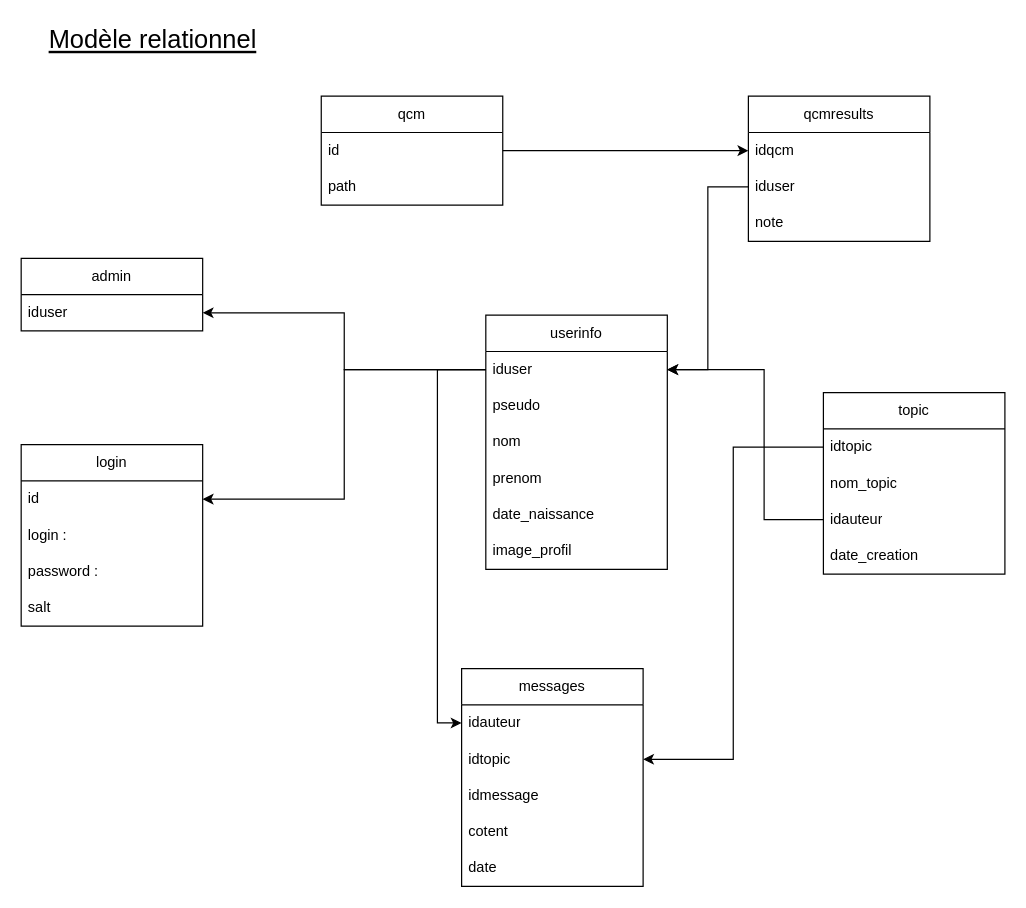
Yaon-C2H8N2/Projet-DAW keeps this draw.io diagram as Rapport/Diagramme/Diagramme_DAW.drawio. Above is the earlier version. Source tidied: cells renumbered, new cells numbered last; positions are measured from the earlier drawing's top-left corner, leaving out a move shared by most shapes. Both pictures are drawn from the tidied source at 121%, with x=0, y=0 at pixel (21, 21).
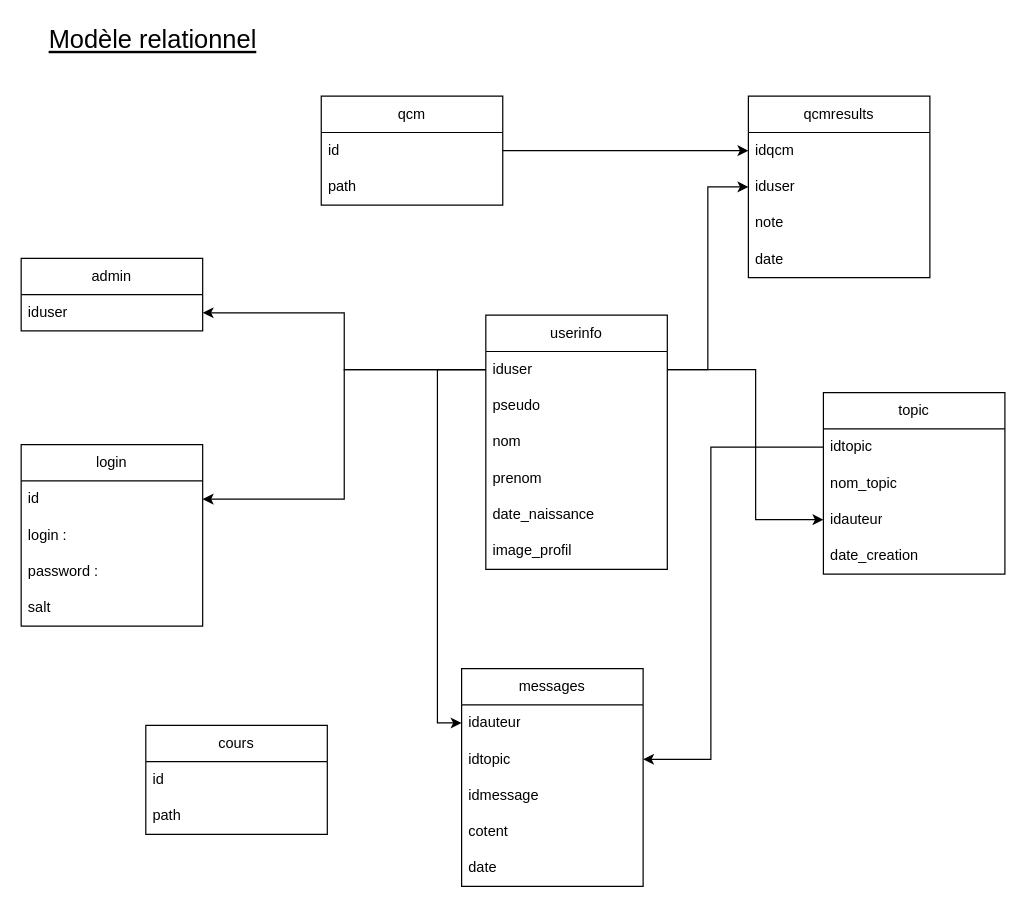
Above is the later version.

Commit message (it also covers changes not shown here):
fix + remove navbar dans QCM + Diagramme update

Unchanged cells that the change refers to:
```xml
<mxCell id="3" value="iduser" style="text;strokeColor=none;fillColor=none;align=left;verticalAlign=middle;spacingLeft=4;spacingRight=4;overflow=hidden;points=[[0,0.5],[1,0.5]];portConstraint=eastwest;whiteSpace=wrap;html=1;" parent="2" vertex="1">
  <mxGeometry y="30" width="150" height="30" as="geometry" />
</mxCell>
<mxCell id="21" value="idtopic" style="text;strokeColor=none;fillColor=none;align=left;verticalAlign=middle;spacingLeft=4;spacingRight=4;overflow=hidden;points=[[0,0.5],[1,0.5]];portConstraint=eastwest;whiteSpace=wrap;html=1;" parent="19" vertex="1">
  <mxGeometry y="60" width="150" height="30" as="geometry" />
</mxCell>
<mxCell id="26" value="idtopic" style="text;strokeColor=none;fillColor=none;align=left;verticalAlign=middle;spacingLeft=4;spacingRight=4;overflow=hidden;points=[[0,0.5],[1,0.5]];portConstraint=eastwest;whiteSpace=wrap;html=1;" parent="25" vertex="1">
  <mxGeometry y="30" width="150" height="30" as="geometry" />
</mxCell>
<mxCell id="28" value="idauteur" style="text;strokeColor=none;fillColor=none;align=left;verticalAlign=middle;spacingLeft=4;spacingRight=4;overflow=hidden;points=[[0,0.5],[1,0.5]];portConstraint=eastwest;whiteSpace=wrap;html=1;" parent="25" vertex="1">
  <mxGeometry y="90" width="150" height="30" as="geometry" />
</mxCell>
<mxCell id="32" value="iduser" style="text;strokeColor=none;fillColor=none;align=left;verticalAlign=middle;spacingLeft=4;spacingRight=4;overflow=hidden;points=[[0,0.5],[1,0.5]];portConstraint=eastwest;whiteSpace=wrap;html=1;" parent="30" vertex="1">
  <mxGeometry y="60" width="150" height="30" as="geometry" />
</mxCell>
```

Change to the diagram source:
```diff
@@
     <mxCell id="30" value="qcmresults" style="swimlane;fontStyle=0;horizontal=1;startSize=30;whiteSpace=wrap;html=1;" parent="1" vertex="1">
-      <mxGeometry x="601" y="62" width="150" height="120" as="geometry" />
+      <mxGeometry x="601" y="62" width="150" height="150" as="geometry" />
     </mxCell>
@@
-    <mxCell id="33" value="note&lt;span style=&quot;white-space: pre;&quot;&gt;&#9;&lt;/span&gt;" style="text;strokeColor=none;fillColor=none;align=left;verticalAlign=middle;spacingLeft=4;spacingRight=4;overflow=hidden;whiteSpace=wrap;html=1;" parent="30" vertex="1">
+    <mxCell id="33" value="note&lt;span style=&quot;white-space: pre;&quot;&gt; &lt;/span&gt;" style="text;strokeColor=none;fillColor=none;align=left;verticalAlign=middle;spacingLeft=4;spacingRight=4;overflow=hidden;whiteSpace=wrap;html=1;" parent="30" vertex="1">
       <mxGeometry y="90" width="150" height="30" as="geometry" />
     </mxCell>
+    <mxCell id="42" value="date" style="text;strokeColor=none;fillColor=none;align=left;verticalAlign=middle;spacingLeft=4;spacingRight=4;overflow=hidden;whiteSpace=wrap;html=1;" parent="30" vertex="1">
+      <mxGeometry y="120" width="150" height="30" as="geometry" />
+    </mxCell>
@@
-    <mxCell id="37" style="edgeStyle=orthogonalEdgeStyle;rounded=0;jettySize=auto;html=1;exitX=0;exitY=0.5;exitDx=0;exitDy=0;entryX=1;entryY=0.5;entryDx=0;entryDy=0;" parent="1" edge="1" source="32" target="3">
-      <mxGeometry relative="1" as="geometry" />
-    </mxCell>
-    <mxCell id="38" style="edgeStyle=orthogonalEdgeStyle;rounded=0;jettySize=auto;html=1;entryX=1;entryY=0.5;entryDx=0;entryDy=0;" parent="1" edge="1" source="28" target="3">
-      <mxGeometry relative="1" as="geometry">
-        <Array as="points">
-          <mxPoint x="614" y="412" />
-          <mxPoint x="614" y="288" />
-        </Array>
-      </mxGeometry>
-    </mxCell>
@@
     <mxCell id="40" style="edgeStyle=orthogonalEdgeStyle;rounded=0;jettySize=auto;html=1;entryX=1;entryY=0.5;entryDx=0;entryDy=0;" parent="1" edge="1" source="26" target="21">
-      <mxGeometry relative="1" as="geometry" />
+      <mxGeometry relative="1" as="geometry">
+        <Array as="points">
+          <mxPoint x="570" y="352" />
+          <mxPoint x="570" y="610" />
+        </Array>
+      </mxGeometry>
     </mxCell>
@@
+    <mxCell id="43" style="edgeStyle=orthogonalEdgeStyle;rounded=0;jettySize=auto;html=1;entryX=0;entryY=0.5;entryDx=0;entryDy=0;" parent="1" edge="1" source="3" target="28">
+      <mxGeometry relative="1" as="geometry">
+        <Array as="points">
+          <mxPoint x="607" y="288" />
+          <mxPoint x="607" y="412" />
+        </Array>
+      </mxGeometry>
+    </mxCell>
+    <mxCell id="44" style="edgeStyle=orthogonalEdgeStyle;rounded=0;jettySize=auto;html=1;entryX=0;entryY=0.5;entryDx=0;entryDy=0;" parent="1" edge="1" source="3" target="32">
+      <mxGeometry relative="1" as="geometry" />
+    </mxCell>
+    <mxCell id="45" value="cours" style="swimlane;fontStyle=0;horizontal=1;startSize=30;whiteSpace=wrap;html=1;" parent="1" vertex="1">
+      <mxGeometry x="103" y="582" width="150" height="90" as="geometry" />
+    </mxCell>
+    <mxCell id="46" value="id" style="text;strokeColor=none;fillColor=none;align=left;verticalAlign=middle;spacingLeft=4;spacingRight=4;overflow=hidden;whiteSpace=wrap;html=1;" parent="45" vertex="1">
+      <mxGeometry y="30" width="150" height="30" as="geometry" />
+    </mxCell>
+    <mxCell id="47" value="path" style="text;strokeColor=none;fillColor=none;align=left;verticalAlign=middle;spacingLeft=4;spacingRight=4;overflow=hidden;whiteSpace=wrap;html=1;" parent="45" vertex="1">
+      <mxGeometry y="60" width="150" height="30" as="geometry" />
+    </mxCell>
```
